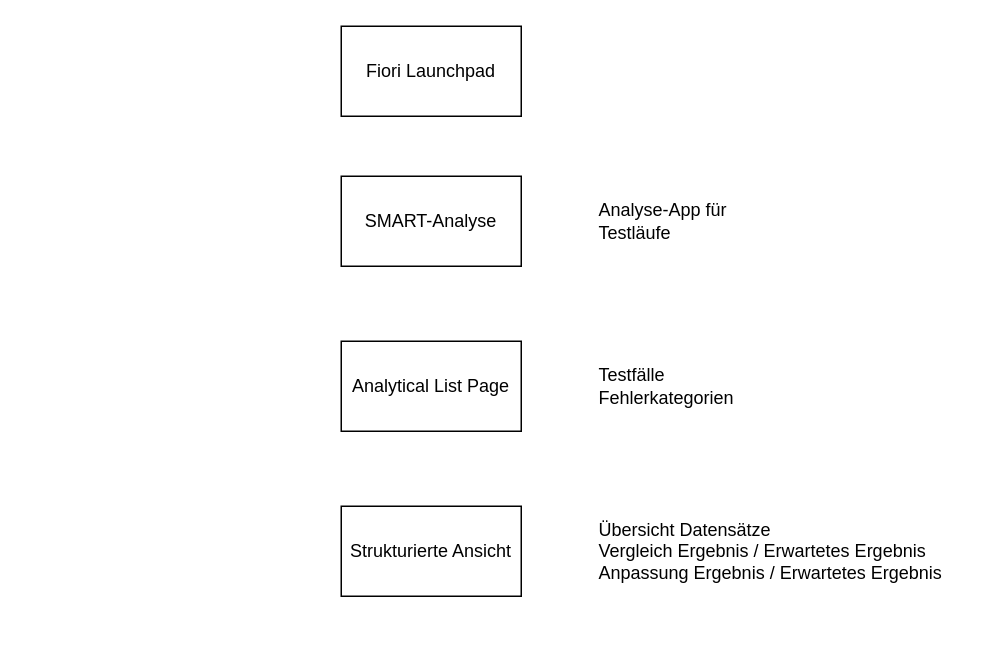
This is Strukturierte Ansicht Komponentenübersicht.drawio from Raaphaaa/UI5-Playground, a draw.io file, before an edit. Source tidied: cells renumbered, new cells numbered last; positions are measured from the earlier drawing's top-left corner, leaving out a move shared by most shapes. Both pictures are drawn from the tidied source at 150%, with x=0, y=0 at pixel (340, 26).
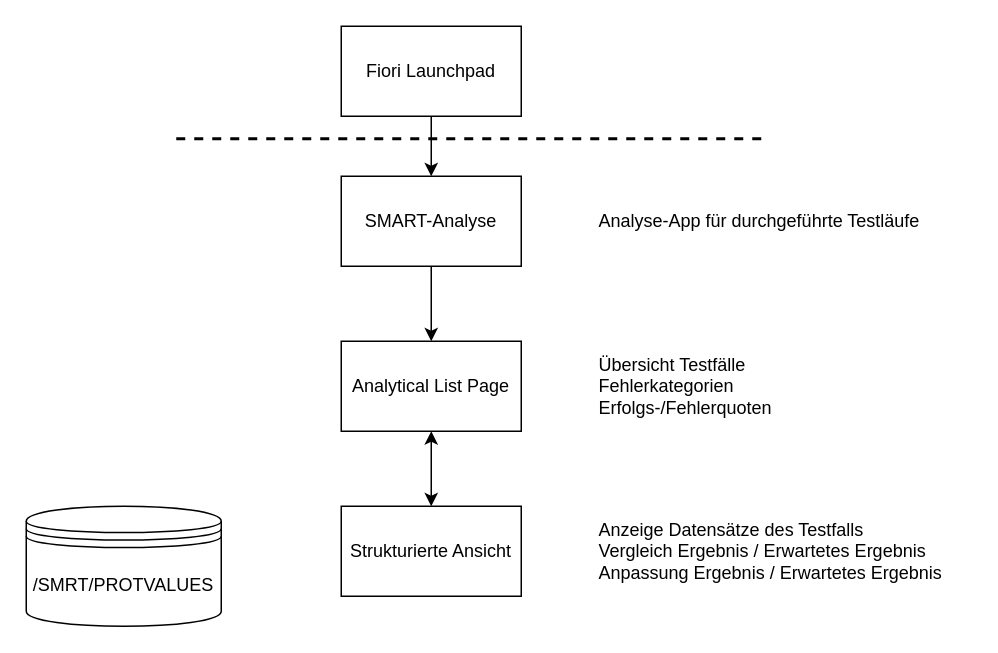
The same page after the edit.

Diff of the diagram source:
```diff
@@
 <mxGraphModel>
   <root>
     <mxCell id="0" />
     <mxCell id="1" parent="0" />
+    <mxCell id="9" style="edgeStyle=orthogonalEdgeStyle;rounded=0;jettySize=auto;html=1;" parent="1" edge="1" source="2" target="3">
+      <mxGeometry relative="1" as="geometry" />
+    </mxCell>
     <mxCell id="2" value="Fiori Launchpad" style="rounded=0;whiteSpace=wrap;html=1;" parent="1" vertex="1">
       <mxGeometry width="120" height="60" as="geometry" />
     </mxCell>
+    <mxCell id="10" style="edgeStyle=orthogonalEdgeStyle;rounded=0;jettySize=auto;html=1;" parent="1" edge="1" source="3" target="4">
+      <mxGeometry relative="1" as="geometry" />
+    </mxCell>
     <mxCell id="3" value="SMART-Analyse" style="rounded=0;whiteSpace=wrap;html=1;" parent="1" vertex="1">
       <mxGeometry y="100" width="120" height="60" as="geometry" />
     </mxCell>
+    <mxCell id="11" style="edgeStyle=orthogonalEdgeStyle;rounded=0;jettySize=auto;html=1;startArrow=classic;startFill=1;" parent="1" edge="1" source="4" target="5">
+      <mxGeometry relative="1" as="geometry" />
+    </mxCell>
     <mxCell id="4" value="Analytical List Page" style="rounded=0;whiteSpace=wrap;html=1;" parent="1" vertex="1">
       <mxGeometry y="210" width="120" height="60" as="geometry" />
     </mxCell>
     <mxCell id="5" value="Strukturierte Ansicht" style="rounded=0;whiteSpace=wrap;html=1;" parent="1" vertex="1">
       <mxGeometry y="320" width="120" height="60" as="geometry" />
     </mxCell>
-    <mxCell id="6" value="Analyse-App für Testläufe" style="text;html=1;whiteSpace=wrap;strokeColor=none;fillColor=none;align=left;verticalAlign=middle;rounded=0;" parent="1" vertex="1">
-      <mxGeometry x="170" y="100" width="110" height="60" as="geometry" />
+    <mxCell id="6" value="Analyse-App für durchgeführte Testläufe" style="text;html=1;whiteSpace=wrap;strokeColor=none;fillColor=none;align=left;verticalAlign=middle;rounded=0;" parent="1" vertex="1">
+      <mxGeometry x="170" y="100" width="250" height="60" as="geometry" />
     </mxCell>
-    <mxCell id="7" value="Übersicht Datensätze&lt;div&gt;Vergleich Ergebnis / Erwartetes Ergebnis&lt;/div&gt;&lt;div&gt;Anpassung&amp;nbsp;&lt;span style=&quot;background-color: transparent; color: light-dark(rgb(0, 0, 0), rgb(255, 255, 255));&quot;&gt;Ergebnis / Erwartetes Ergebnis&lt;/span&gt;&lt;/div&gt;" style="text;html=1;whiteSpace=wrap;strokeColor=none;fillColor=none;align=left;verticalAlign=middle;rounded=0;" parent="1" vertex="1">
+    <mxCell id="7" value="Anzeige Datensätze des Testfalls&lt;div&gt;Vergleich Ergebnis / Erwartetes Ergebnis&lt;/div&gt;&lt;div&gt;Anpassung&amp;nbsp;&lt;span style=&quot;background-color: transparent; color: light-dark(rgb(0, 0, 0), rgb(255, 255, 255));&quot;&gt;Ergebnis / Erwartetes Ergebnis&lt;/span&gt;&lt;/div&gt;" style="text;html=1;whiteSpace=wrap;strokeColor=none;fillColor=none;align=left;verticalAlign=middle;rounded=0;" parent="1" vertex="1">
       <mxGeometry x="170" y="320" width="250" height="60" as="geometry" />
     </mxCell>
-    <mxCell id="8" value="Testfälle&lt;div&gt;Fehlerkategorien&lt;/div&gt;" style="text;html=1;whiteSpace=wrap;strokeColor=none;fillColor=none;align=left;verticalAlign=middle;rounded=0;" parent="1" vertex="1">
+    <mxCell id="8" value="Übersicht Testfälle&lt;div&gt;Fehlerkategorien&lt;/div&gt;&lt;div&gt;Erfolgs-/Fehlerquoten&lt;/div&gt;" style="text;html=1;whiteSpace=wrap;strokeColor=none;fillColor=none;align=left;verticalAlign=middle;rounded=0;" parent="1" vertex="1">
       <mxGeometry x="170" y="210" width="250" height="60" as="geometry" />
     </mxCell>
+    <mxCell id="12" style="line;strokeWidth=2;html=1;dashed=1;" parent="1" vertex="1">
+      <mxGeometry x="-110" y="70" width="390" height="10" as="geometry" />
+    </mxCell>
+    <mxCell id="13" value="/SMRT/PROTVALUES" style="shape=datastore;whiteSpace=wrap;html=1;" parent="1" vertex="1">
+      <mxGeometry x="-210" y="320" width="130" height="80" as="geometry" />
+    </mxCell>
   </root>
 </mxGraphModel>
```
